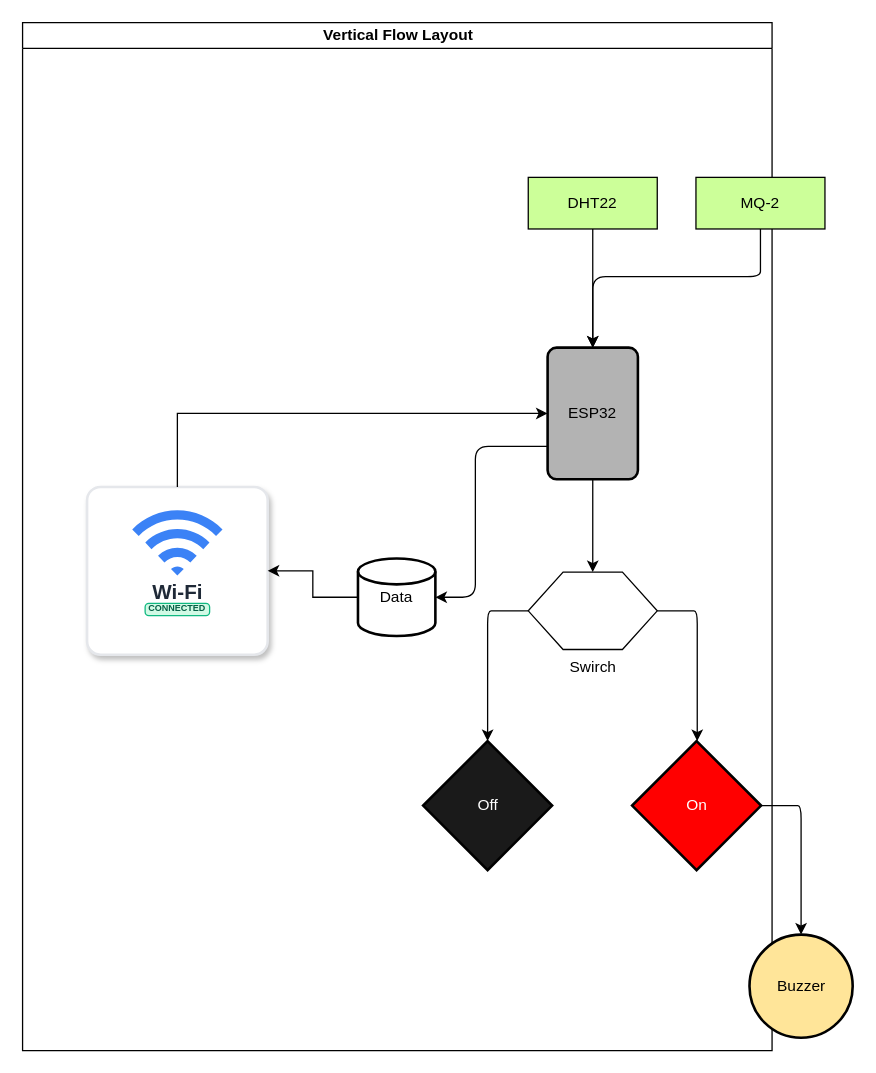
Earlier version of the draw.io diagram docs/architecture/Gas-node-data-flow.drawio (PhantomCNS/shos-2-). Source tidied: cells renumbered, new cells numbered last; positions are measured from the earlier drawing's top-left corner, leaving out a move shared by most shapes. Both pictures are drawn from the tidied source at 129%, with x=0, y=0 at pixel (22, 22).
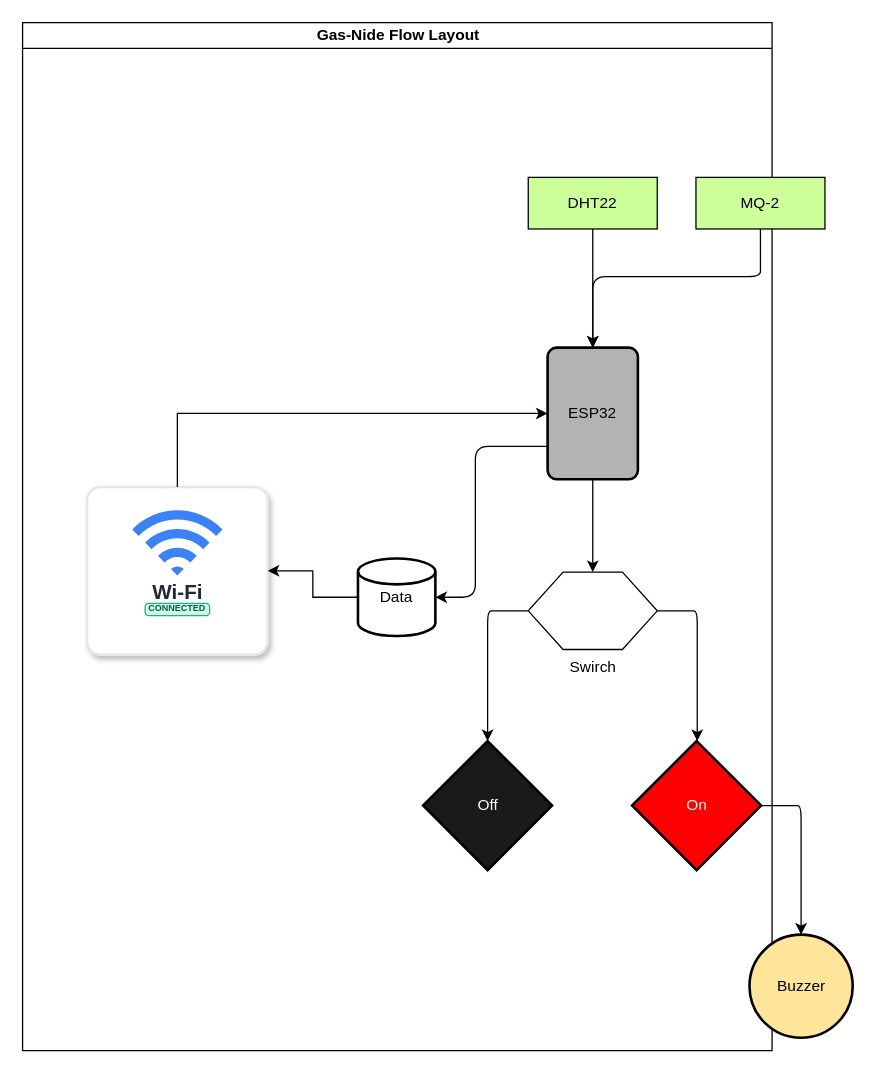
The same page after the edit.

What changed in the source:
```diff
@@
-    <mxCell id="2" value="Vertical Flow Layout" style="swimlane;html=1;startSize=20;horizontal=1;fontSize=12;transparentBounds=1;groupPadding=20;containerType=tree;" parent="1" vertex="1">
+    <mxCell id="2" value="Gas-Nide Flow Layout" style="swimlane;html=1;startSize=20;horizontal=1;fontSize=12;transparentBounds=1;groupPadding=20;containerType=tree;" parent="1" vertex="1">
       <mxGeometry width="581" height="797" as="geometry" />
     </mxCell>
```
